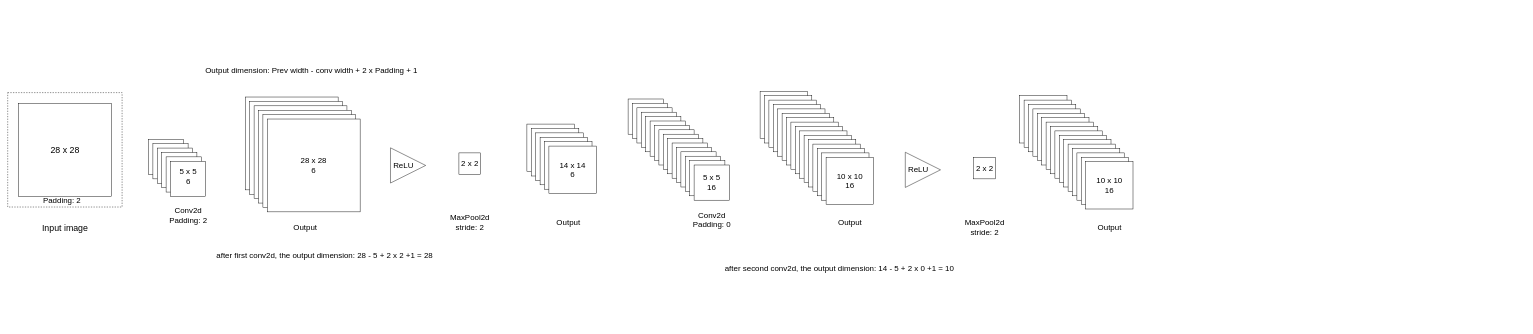
Before: codes/opencv_practice/cnn.drawio in sphynxlee/NSCCAI, a draw.io diagram. Source tidied: cells renumbered, new cells numbered last; positions are measured from the earlier drawing's top-left corner, leaving out a move shared by most shapes. Both pictures are drawn from the tidied source at 44%, with x=0, y=0 at pixel (7, 62).
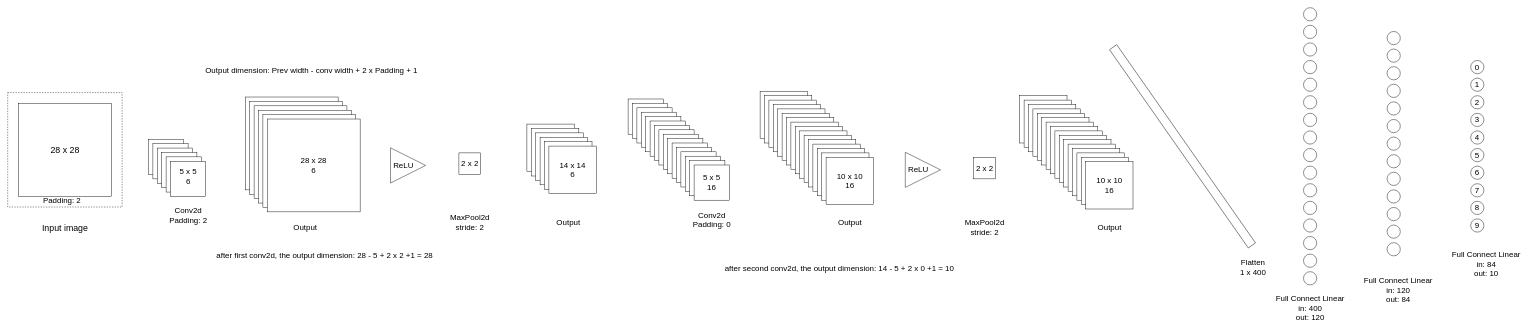
The same page after the edit.

Change to the diagram source:
```diff
@@
+    <mxCell id="90" style="rounded=0;whiteSpace=wrap;html=1;direction=south;rotation=55;" parent="1" vertex="1">
+      <mxGeometry x="2395" y="182" width="550" height="20" as="geometry" />
+    </mxCell>
+    <mxCell id="91" value="&lt;font style=&quot;font-size: 18px;&quot;&gt;Flatten&lt;br&gt;1 x 400&lt;br&gt;&lt;/font&gt;" style="text;html=1;align=center;verticalAlign=middle;strokeColor=none;fillColor=none;" parent="1" vertex="1">
+      <mxGeometry x="2790" y="437" width="80" height="60" as="geometry" />
+    </mxCell>
+    <mxCell id="92" style="ellipse;whiteSpace=wrap;html=1;" parent="1" vertex="1">
+      <mxGeometry x="2945" y="-123" width="30" height="30" as="geometry" />
+    </mxCell>
+    <mxCell id="93" style="ellipse;whiteSpace=wrap;html=1;" parent="1" vertex="1">
+      <mxGeometry x="2945" y="-83" width="30" height="30" as="geometry" />
+    </mxCell>
+    <mxCell id="94" style="ellipse;whiteSpace=wrap;html=1;" parent="1" vertex="1">
+      <mxGeometry x="2945" y="-43" width="30" height="30" as="geometry" />
+    </mxCell>
+    <mxCell id="95" style="ellipse;whiteSpace=wrap;html=1;" parent="1" vertex="1">
+      <mxGeometry x="2945" y="-3" width="30" height="30" as="geometry" />
+    </mxCell>
+    <mxCell id="96" style="ellipse;whiteSpace=wrap;html=1;" parent="1" vertex="1">
+      <mxGeometry x="2945" y="37" width="30" height="30" as="geometry" />
+    </mxCell>
+    <mxCell id="97" style="ellipse;whiteSpace=wrap;html=1;" parent="1" vertex="1">
+      <mxGeometry x="2945" y="77" width="30" height="30" as="geometry" />
+    </mxCell>
+    <mxCell id="98" style="ellipse;whiteSpace=wrap;html=1;" parent="1" vertex="1">
+      <mxGeometry x="2945" y="277" width="30" height="30" as="geometry" />
+    </mxCell>
+    <mxCell id="99" style="ellipse;whiteSpace=wrap;html=1;" parent="1" vertex="1">
+      <mxGeometry x="2945" y="317" width="30" height="30" as="geometry" />
+    </mxCell>
+    <mxCell id="100" style="ellipse;whiteSpace=wrap;html=1;" parent="1" vertex="1">
+      <mxGeometry x="2945" y="357" width="30" height="30" as="geometry" />
+    </mxCell>
+    <mxCell id="101" style="ellipse;whiteSpace=wrap;html=1;" parent="1" vertex="1">
+      <mxGeometry x="2945" y="397" width="30" height="30" as="geometry" />
+    </mxCell>
+    <mxCell id="102" style="ellipse;whiteSpace=wrap;html=1;" parent="1" vertex="1">
+      <mxGeometry x="2945" y="437" width="30" height="30" as="geometry" />
+    </mxCell>
+    <mxCell id="103" style="ellipse;whiteSpace=wrap;html=1;" parent="1" vertex="1">
+      <mxGeometry x="2945" y="477" width="30" height="30" as="geometry" />
+    </mxCell>
+    <mxCell id="104" style="ellipse;whiteSpace=wrap;html=1;" parent="1" vertex="1">
+      <mxGeometry x="3135" y="11" width="30" height="30" as="geometry" />
+    </mxCell>
+    <mxCell id="105" style="ellipse;whiteSpace=wrap;html=1;" parent="1" vertex="1">
+      <mxGeometry x="3135" y="51" width="30" height="30" as="geometry" />
+    </mxCell>
+    <mxCell id="106" style="ellipse;whiteSpace=wrap;html=1;" parent="1" vertex="1">
+      <mxGeometry x="3135" y="91" width="30" height="30" as="geometry" />
+    </mxCell>
+    <mxCell id="107" style="ellipse;whiteSpace=wrap;html=1;" parent="1" vertex="1">
+      <mxGeometry x="3135" y="131" width="30" height="30" as="geometry" />
+    </mxCell>
+    <mxCell id="108" style="ellipse;whiteSpace=wrap;html=1;" parent="1" vertex="1">
+      <mxGeometry x="3135" y="251" width="30" height="30" as="geometry" />
+    </mxCell>
+    <mxCell id="109" style="ellipse;whiteSpace=wrap;html=1;" parent="1" vertex="1">
+      <mxGeometry x="3135" y="291" width="30" height="30" as="geometry" />
+    </mxCell>
+    <mxCell id="110" style="ellipse;whiteSpace=wrap;html=1;" parent="1" vertex="1">
+      <mxGeometry x="3135" y="331" width="30" height="30" as="geometry" />
+    </mxCell>
+    <mxCell id="111" style="ellipse;whiteSpace=wrap;html=1;" parent="1" vertex="1">
+      <mxGeometry x="3135" y="371" width="30" height="30" as="geometry" />
+    </mxCell>
+    <mxCell id="112" value="&lt;font style=&quot;font-size: 18px;&quot;&gt;0&lt;/font&gt;" style="ellipse;whiteSpace=wrap;html=1;" parent="1" vertex="1">
+      <mxGeometry x="3325" y="-3" width="30" height="30" as="geometry" />
+    </mxCell>
+    <mxCell id="113" value="&lt;font style=&quot;font-size: 18px;&quot;&gt;1&lt;/font&gt;" style="ellipse;whiteSpace=wrap;html=1;" parent="1" vertex="1">
+      <mxGeometry x="3325" y="37" width="30" height="30" as="geometry" />
+    </mxCell>
+    <mxCell id="114" value="&lt;span style=&quot;color: rgb(0, 0, 0); font-family: Helvetica; font-size: 18px; font-style: normal; font-variant-ligatures: normal; font-variant-caps: normal; font-weight: 400; letter-spacing: normal; orphans: 2; text-align: center; text-indent: 0px; text-transform: none; widows: 2; word-spacing: 0px; -webkit-text-stroke-width: 0px; background-color: rgb(251, 251, 251); text-decoration-thickness: initial; text-decoration-style: initial; text-decoration-color: initial; float: none; display: inline !important;&quot;&gt;3&lt;/span&gt;" style="ellipse;whiteSpace=wrap;html=1;" parent="1" vertex="1">
+      <mxGeometry x="3325" y="117" width="30" height="30" as="geometry" />
+    </mxCell>
+    <mxCell id="115" value="&lt;span style=&quot;color: rgb(0, 0, 0); font-family: Helvetica; font-size: 18px; font-style: normal; font-variant-ligatures: normal; font-variant-caps: normal; font-weight: 400; letter-spacing: normal; orphans: 2; text-align: center; text-indent: 0px; text-transform: none; widows: 2; word-spacing: 0px; -webkit-text-stroke-width: 0px; background-color: rgb(251, 251, 251); text-decoration-thickness: initial; text-decoration-style: initial; text-decoration-color: initial; float: none; display: inline !important;&quot;&gt;4&lt;/span&gt;" style="ellipse;whiteSpace=wrap;html=1;" parent="1" vertex="1">
+      <mxGeometry x="3325" y="157" width="30" height="30" as="geometry" />
+    </mxCell>
+    <mxCell id="116" style="ellipse;whiteSpace=wrap;html=1;" parent="1" vertex="1">
+      <mxGeometry x="2945" y="117" width="30" height="30" as="geometry" />
+    </mxCell>
+    <mxCell id="117" style="ellipse;whiteSpace=wrap;html=1;" parent="1" vertex="1">
+      <mxGeometry x="2945" y="157" width="30" height="30" as="geometry" />
+    </mxCell>
+    <mxCell id="118" style="ellipse;whiteSpace=wrap;html=1;" parent="1" vertex="1">
+      <mxGeometry x="2945" y="197" width="30" height="30" as="geometry" />
+    </mxCell>
+    <mxCell id="119" style="ellipse;whiteSpace=wrap;html=1;" parent="1" vertex="1">
+      <mxGeometry x="2945" y="237" width="30" height="30" as="geometry" />
+    </mxCell>
+    <mxCell id="120" style="ellipse;whiteSpace=wrap;html=1;" parent="1" vertex="1">
+      <mxGeometry x="3135" y="-29" width="30" height="30" as="geometry" />
+    </mxCell>
+    <mxCell id="121" style="ellipse;whiteSpace=wrap;html=1;" parent="1" vertex="1">
+      <mxGeometry x="3135" y="-69" width="30" height="30" as="geometry" />
+    </mxCell>
+    <mxCell id="122" style="ellipse;whiteSpace=wrap;html=1;" parent="1" vertex="1">
+      <mxGeometry x="3135" y="211" width="30" height="30" as="geometry" />
+    </mxCell>
+    <mxCell id="123" style="ellipse;whiteSpace=wrap;html=1;" parent="1" vertex="1">
+      <mxGeometry x="3135" y="171" width="30" height="30" as="geometry" />
+    </mxCell>
+    <mxCell id="124" style="ellipse;whiteSpace=wrap;html=1;" parent="1" vertex="1">
+      <mxGeometry x="3135" y="411" width="30" height="30" as="geometry" />
+    </mxCell>
+    <mxCell id="125" value="&lt;font style=&quot;font-size: 18px;&quot;&gt;Full Connect Linear&lt;br&gt;in: 400&lt;br&gt;out: 120&lt;br&gt;&lt;/font&gt;" style="text;html=1;align=center;verticalAlign=middle;strokeColor=none;fillColor=none;" parent="1" vertex="1">
+      <mxGeometry x="2870" y="520" width="180" height="80" as="geometry" />
+    </mxCell>
+    <mxCell id="126" value="&lt;font style=&quot;font-size: 18px;&quot;&gt;Full Connect Linear&lt;br&gt;in: 120&lt;br&gt;out: 84&lt;br&gt;&lt;/font&gt;" style="text;html=1;align=center;verticalAlign=middle;strokeColor=none;fillColor=none;" parent="1" vertex="1">
+      <mxGeometry x="3070" y="480" width="180" height="80" as="geometry" />
+    </mxCell>
+    <mxCell id="127" value="&lt;span style=&quot;color: rgb(0, 0, 0); font-family: Helvetica; font-size: 18px; font-style: normal; font-variant-ligatures: normal; font-variant-caps: normal; font-weight: 400; letter-spacing: normal; orphans: 2; text-align: center; text-indent: 0px; text-transform: none; widows: 2; word-spacing: 0px; -webkit-text-stroke-width: 0px; background-color: rgb(251, 251, 251); text-decoration-thickness: initial; text-decoration-style: initial; text-decoration-color: initial; float: none; display: inline !important;&quot;&gt;5&lt;/span&gt;" style="ellipse;whiteSpace=wrap;html=1;" parent="1" vertex="1">
+      <mxGeometry x="3325" y="197" width="30" height="30" as="geometry" />
+    </mxCell>
+    <mxCell id="128" value="&lt;span style=&quot;color: rgb(0, 0, 0); font-family: Helvetica; font-size: 18px; font-style: normal; font-variant-ligatures: normal; font-variant-caps: normal; font-weight: 400; letter-spacing: normal; orphans: 2; text-align: center; text-indent: 0px; text-transform: none; widows: 2; word-spacing: 0px; -webkit-text-stroke-width: 0px; background-color: rgb(251, 251, 251); text-decoration-thickness: initial; text-decoration-style: initial; text-decoration-color: initial; float: none; display: inline !important;&quot;&gt;6&lt;/span&gt;" style="ellipse;whiteSpace=wrap;html=1;" parent="1" vertex="1">
+      <mxGeometry x="3325" y="237" width="30" height="30" as="geometry" />
+    </mxCell>
+    <mxCell id="129" value="&lt;span style=&quot;color: rgb(0, 0, 0); font-family: Helvetica; font-size: 18px; font-style: normal; font-variant-ligatures: normal; font-variant-caps: normal; font-weight: 400; letter-spacing: normal; orphans: 2; text-align: center; text-indent: 0px; text-transform: none; widows: 2; word-spacing: 0px; -webkit-text-stroke-width: 0px; background-color: rgb(251, 251, 251); text-decoration-thickness: initial; text-decoration-style: initial; text-decoration-color: initial; float: none; display: inline !important;&quot;&gt;7&lt;/span&gt;" style="ellipse;whiteSpace=wrap;html=1;" parent="1" vertex="1">
+      <mxGeometry x="3325" y="277" width="30" height="30" as="geometry" />
+    </mxCell>
+    <mxCell id="130" value="&lt;span style=&quot;color: rgb(0, 0, 0); font-family: Helvetica; font-size: 18px; font-style: normal; font-variant-ligatures: normal; font-variant-caps: normal; font-weight: 400; letter-spacing: normal; orphans: 2; text-align: center; text-indent: 0px; text-transform: none; widows: 2; word-spacing: 0px; -webkit-text-stroke-width: 0px; background-color: rgb(251, 251, 251); text-decoration-thickness: initial; text-decoration-style: initial; text-decoration-color: initial; float: none; display: inline !important;&quot;&gt;8&lt;/span&gt;" style="ellipse;whiteSpace=wrap;html=1;" parent="1" vertex="1">
+      <mxGeometry x="3325" y="317" width="30" height="30" as="geometry" />
+    </mxCell>
+    <mxCell id="131" value="&lt;span style=&quot;color: rgb(0, 0, 0); font-family: Helvetica; font-size: 18px; font-style: normal; font-variant-ligatures: normal; font-variant-caps: normal; font-weight: 400; letter-spacing: normal; orphans: 2; text-align: center; text-indent: 0px; text-transform: none; widows: 2; word-spacing: 0px; -webkit-text-stroke-width: 0px; background-color: rgb(251, 251, 251); text-decoration-thickness: initial; text-decoration-style: initial; text-decoration-color: initial; float: none; display: inline !important;&quot;&gt;9&lt;/span&gt;" style="ellipse;whiteSpace=wrap;html=1;" parent="1" vertex="1">
+      <mxGeometry x="3325" y="357" width="30" height="30" as="geometry" />
+    </mxCell>
+    <mxCell id="132" value="&lt;font style=&quot;font-size: 18px;&quot;&gt;2&lt;/font&gt;" style="ellipse;whiteSpace=wrap;html=1;" parent="1" vertex="1">
+      <mxGeometry x="3325" y="77" width="30" height="30" as="geometry" />
+    </mxCell>
+    <mxCell id="133" value="&lt;font style=&quot;font-size: 18px;&quot;&gt;Full Connect Linear&lt;br&gt;in: 84&lt;br&gt;out: 10&lt;br&gt;&lt;/font&gt;" style="text;html=1;align=center;verticalAlign=middle;strokeColor=none;fillColor=none;" parent="1" vertex="1">
+      <mxGeometry x="3270" y="420" width="180" height="80" as="geometry" />
+    </mxCell>
```
